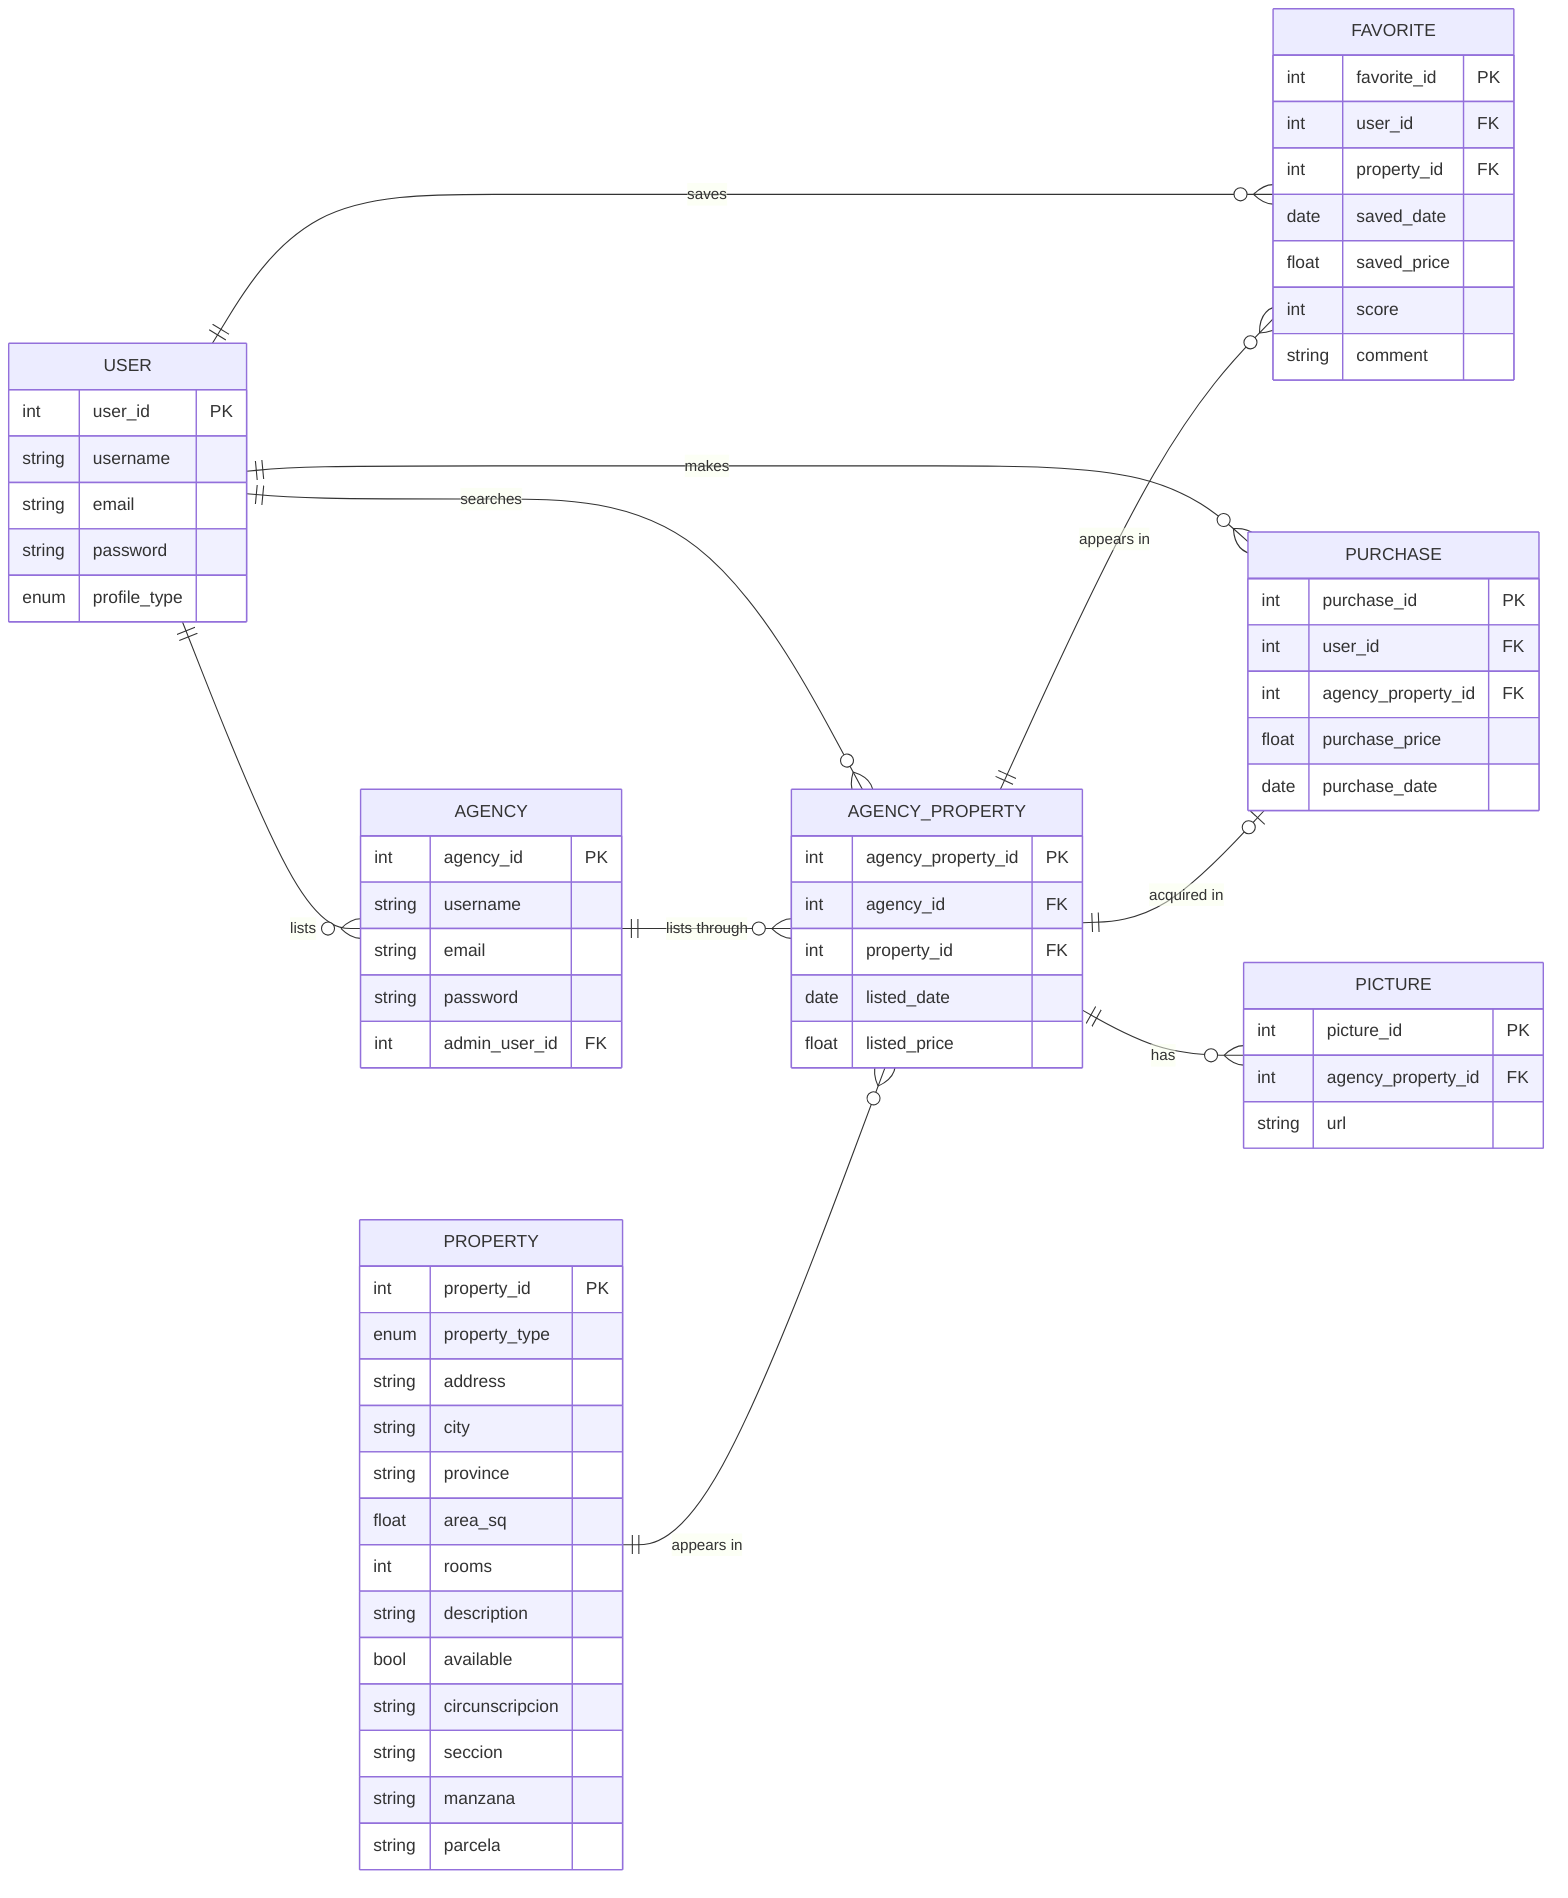
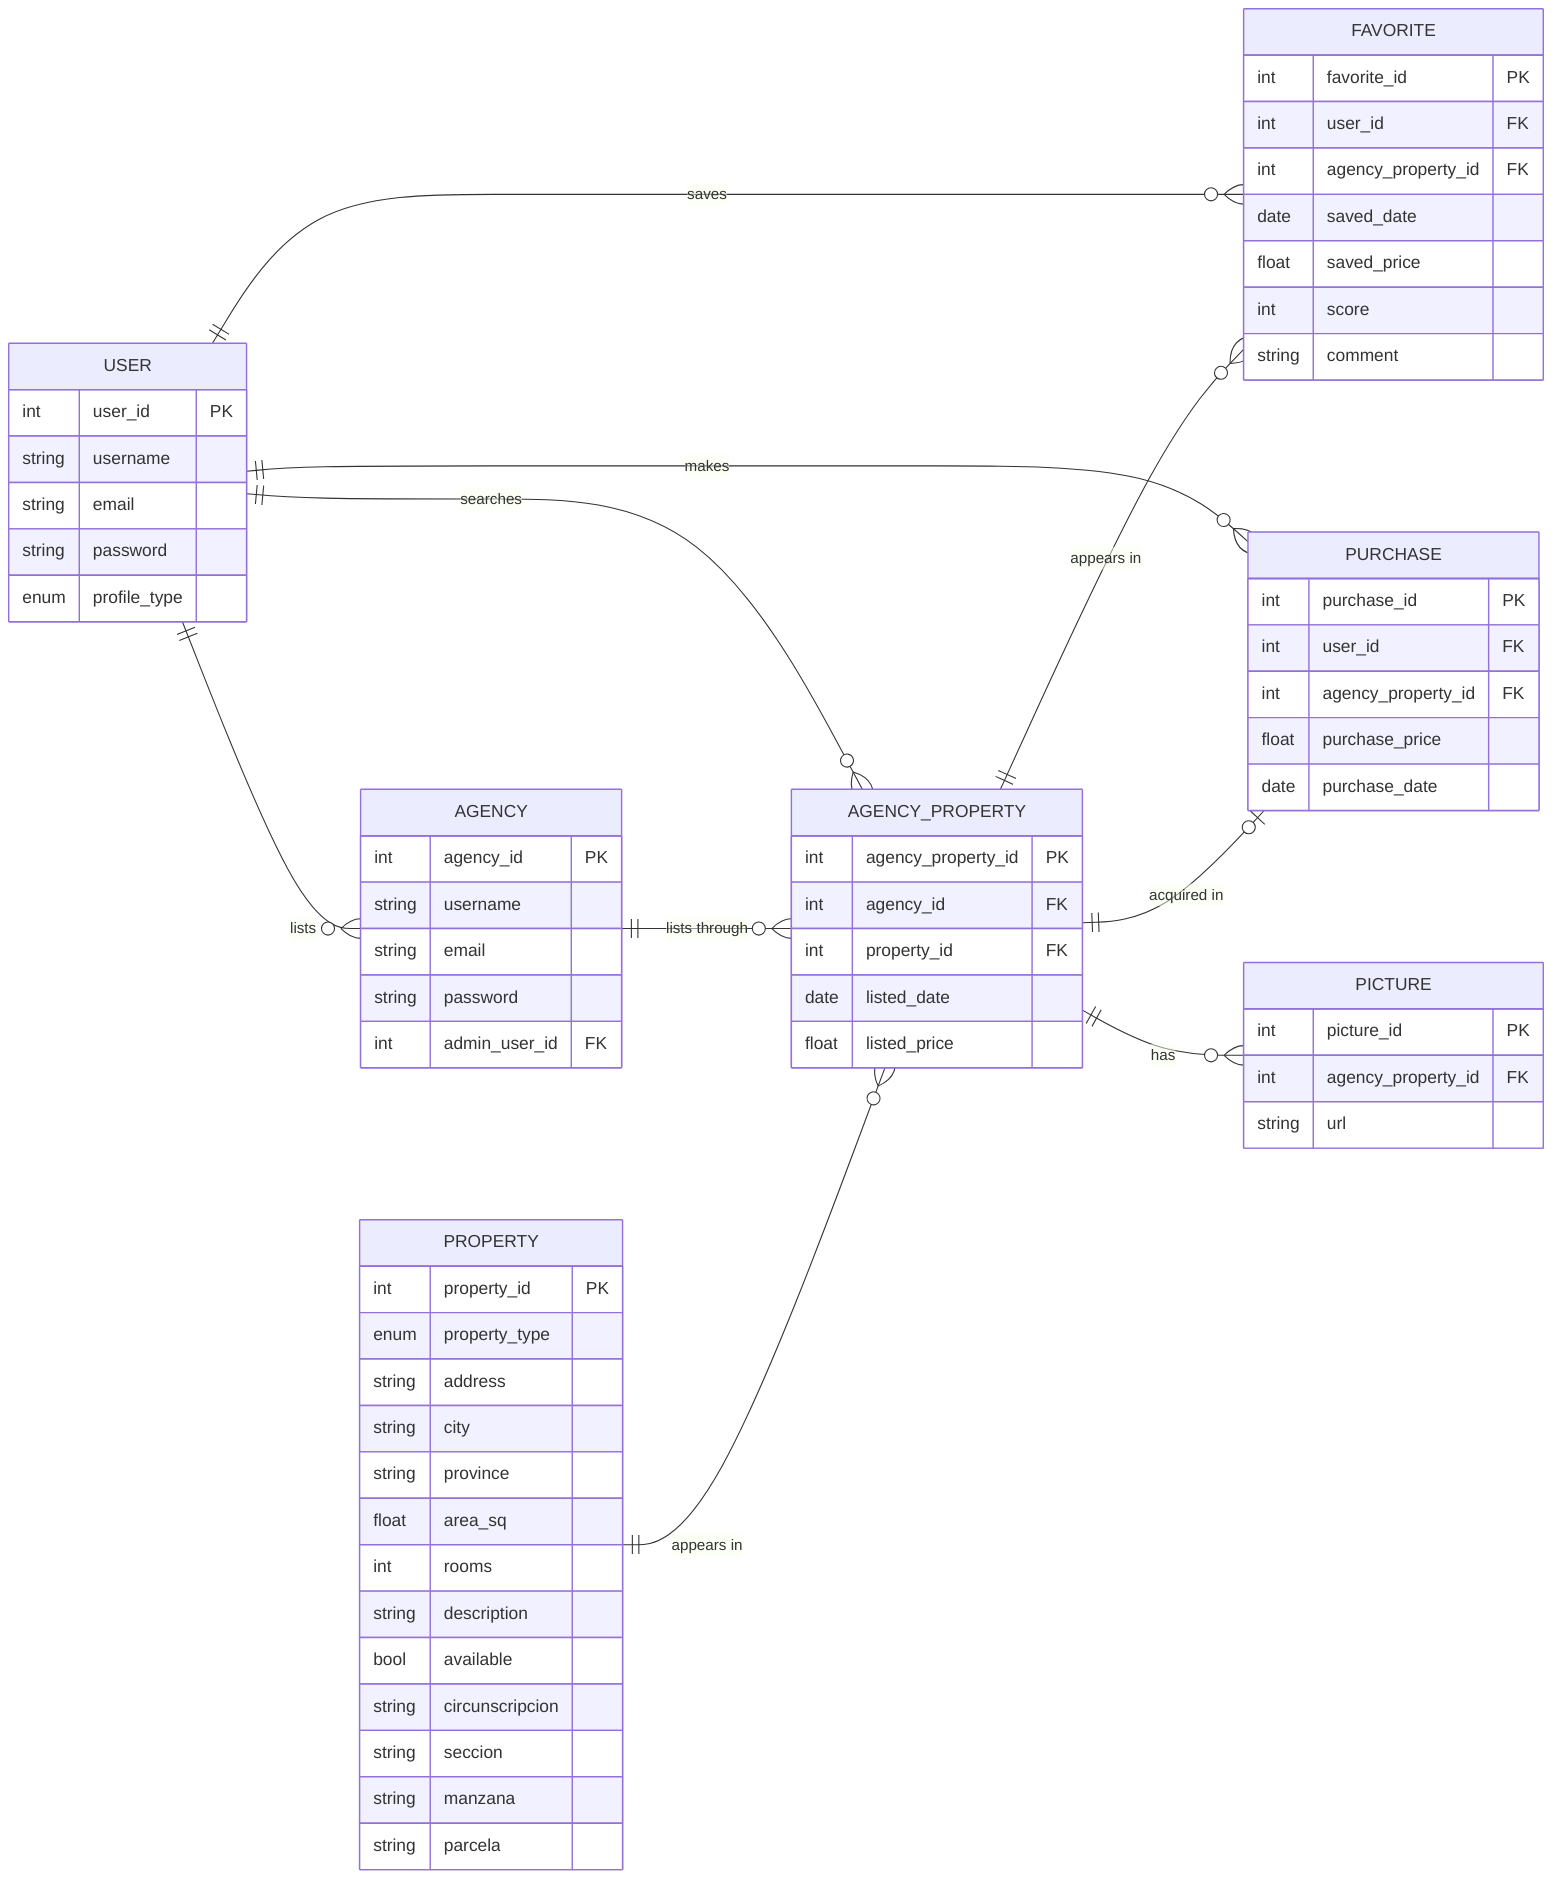
erDiagram
	direction LR
	USER {
		int user_id PK
		string username
		string email
		string password
		enum profile_type
	}

	AGENCY {
		int agency_id PK
		string username
		string email
        string password
		int admin_user_id FK
	}

	PROPERTY {
		int property_id PK
		enum property_type
		string address
		string city
		string province
		float area_sq
		int rooms
		string description
		bool available
		string circunscripcion
		string seccion
		string manzana
		string parcela
	}

	AGENCY_PROPERTY {
        int agency_property_id PK
        int agency_id FK
        int property_id FK
        date listed_date
        float listed_price
    }

	PICTURE {
		int picture_id PK
		int agency_property_id FK
		string url
	}

	FAVORITE {
		int favorite_id PK
		int user_id FK
- 		int property_id FK
+ 		int agency_property_id FK
		date saved_date
		float saved_price
		int score
		string comment
	}

	PURCHASE {
		int purchase_id PK
		int user_id FK
		int agency_property_id FK
		float purchase_price
		date purchase_date
	}

	USER||--o{AGENCY:"lists"
-     USER||--o{AGENCY_PROPERTY:"searches"
+ 	USER||--o{AGENCY_PROPERTY:"searches"
	USER||--o{FAVORITE:"saves"
	USER||--o{PURCHASE:"makes"
-     AGENCY||--o{AGENCY_PROPERTY:"lists through"
-     PROPERTY||--o{AGENCY_PROPERTY:"appears in"
+ 	AGENCY||--o{AGENCY_PROPERTY:"lists through"
+ 	PROPERTY||--o{AGENCY_PROPERTY:"appears in"
	AGENCY_PROPERTY||--o{FAVORITE:"appears in"
	AGENCY_PROPERTY||--o|PURCHASE:"acquired in"
	AGENCY_PROPERTY||--o{PICTURE:"has"
